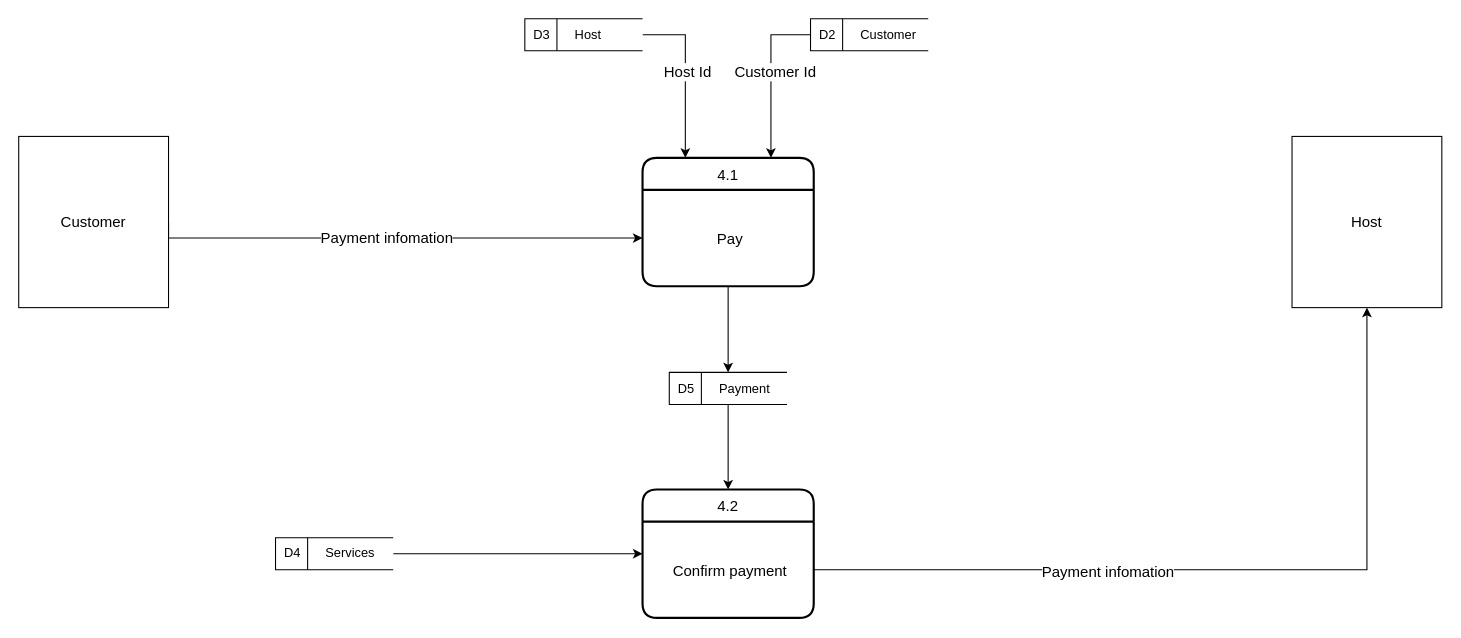
Hostdogs/Project_Hostdog keeps this draw.io diagram as page "LV1 Process 4.0" (6 of 6) of ProjectProcesses/HostDog_5DFD/Hostdog_DFD_V3.drawio. Above is the earlier version. Source tidied: cells renumbered, new cells numbered last; positions are measured from the earlier drawing's top-left corner, leaving out a move shared by most shapes. Both pictures are drawn from the tidied source at 107%, with x=0, y=0 at pixel (18, 18).
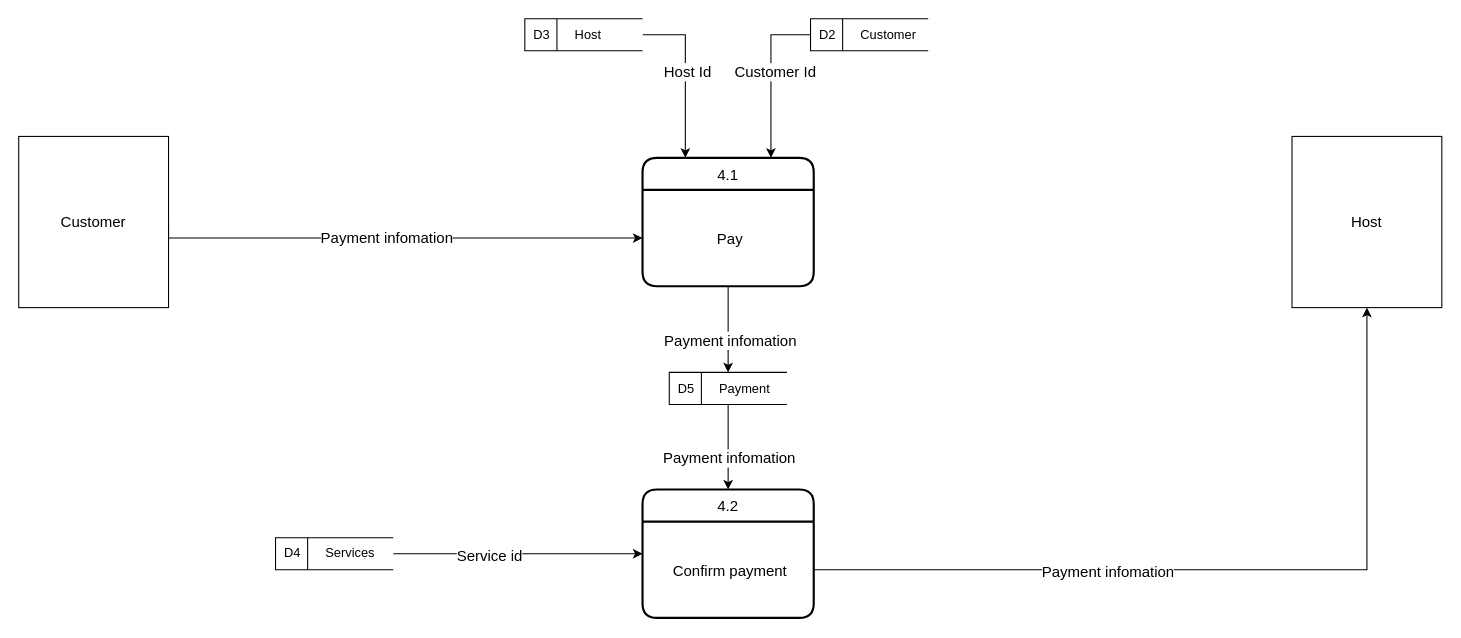
Above is the later version.

Unchanged cells that the change refers to:
```xml
<mxCell id="10" style="edgeStyle=orthogonalEdgeStyle;rounded=0;jettySize=auto;html=1;exitX=0.5;exitY=1;exitDx=0;exitDy=0;entryX=0.5;entryY=0;entryDx=0;entryDy=0;fontSize=14;startSize=30;" parent="1" edge="1" source="11" target="8">
  <mxGeometry relative="1" as="geometry" />
</mxCell>
<mxCell id="18" style="edgeStyle=orthogonalEdgeStyle;rounded=0;jettySize=auto;html=1;exitX=1;exitY=0.5;exitDx=0;exitDy=0;entryX=0;entryY=0.5;entryDx=0;entryDy=0;fontSize=14;startSize=30;" parent="1" edge="1" source="19" target="8">
  <mxGeometry relative="1" as="geometry" />
</mxCell>
<mxCell id="20" style="edgeStyle=orthogonalEdgeStyle;rounded=0;jettySize=auto;html=1;exitX=0.5;exitY=1;exitDx=0;exitDy=0;entryX=0.5;entryY=0;entryDx=0;entryDy=0;fontSize=14;startSize=30;" parent="1" edge="1" source="3" target="11">
  <mxGeometry relative="1" as="geometry" />
</mxCell>
```

What changed in the source:
```diff
@@
+    <mxCell id="23" value="Payment infomation" style="edgeLabel;html=1;align=center;verticalAlign=middle;fontSize=14;" parent="10" vertex="1">
+      <mxGeometry x="0.25" relative="1" as="geometry" />
+    </mxCell>
@@
+    <mxCell id="24" value="Service id" style="edgeLabel;html=1;align=center;verticalAlign=middle;fontSize=14;" parent="18" vertex="1">
+      <mxGeometry x="-0.24" y="-1" relative="1" as="geometry" />
+    </mxCell>
@@
+    <mxCell id="25" value="Payment infomation" style="edgeLabel;html=1;align=center;verticalAlign=middle;fontSize=14;" parent="20" vertex="1">
+      <mxGeometry x="0.24" y="1" relative="1" as="geometry" />
+    </mxCell>
```
